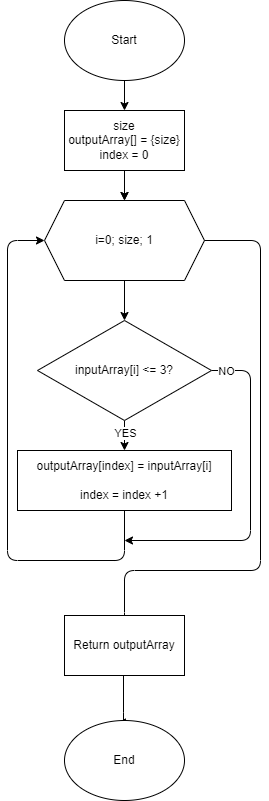
This is 2.MainMethodSortReturn.drawio.png from wdlts/EXAMINATION_CSHARP, a draw.io export, as it was before one commit. Source tidied: cells renumbered, new cells last; positions are measured from the earlier drawing's top-left corner, leaving out a move shared by most shapes. The source it was exported from:
```xml
<mxGraphModel>
  <root>
    <mxCell id="0" />
    <mxCell id="1" parent="0" />
    <mxCell id="2" style="edgeStyle=none;html=1;" parent="1" edge="1" target="4">
      <mxGeometry relative="1" as="geometry">
        <mxPoint x="117" y="170" as="sourcePoint" />
      </mxGeometry>
    </mxCell>
    <mxCell id="3" style="edgeStyle=none;html=1;" parent="1" edge="1" source="4" target="10">
      <mxGeometry relative="1" as="geometry" />
    </mxCell>
    <mxCell id="4" value="i=0; size; 1" style="shape=hexagon;perimeter=hexagonPerimeter2;whiteSpace=wrap;html=1;fixedSize=1;" parent="1" vertex="1">
      <mxGeometry x="37" y="200" width="160" height="80" as="geometry" />
    </mxCell>
    <mxCell id="5" style="edgeStyle=none;html=1;" parent="1" edge="1" source="10" target="12">
      <mxGeometry relative="1" as="geometry" />
    </mxCell>
    <mxCell id="6" value="YES" style="edgeLabel;html=1;align=center;verticalAlign=middle;" parent="5" vertex="1">
      <mxGeometry x="-0.2" relative="1" as="geometry" />
    </mxCell>
    <mxCell id="7" style="edgeStyle=orthogonalEdgeStyle;html=1;exitX=1;exitY=0.5;exitDx=0;exitDy=0;entryX=0.442;entryY=0.025;entryDx=0;entryDy=0;entryPerimeter=0;" parent="1" edge="1" source="4" target="15">
      <mxGeometry relative="1" as="geometry">
        <Array as="points">
          <mxPoint x="253" y="240" />
          <mxPoint x="253" y="570" />
          <mxPoint x="117" y="570" />
          <mxPoint x="117" y="622" />
          <mxPoint x="116" y="622" />
        </Array>
      </mxGeometry>
    </mxCell>
    <mxCell id="8" style="edgeStyle=orthogonalEdgeStyle;html=1;exitX=1;exitY=0.5;exitDx=0;exitDy=0;" parent="1" edge="1" source="10">
      <mxGeometry relative="1" as="geometry">
        <mxPoint x="117" y="540" as="targetPoint" />
        <Array as="points">
          <mxPoint x="243" y="370" />
          <mxPoint x="243" y="540" />
        </Array>
      </mxGeometry>
    </mxCell>
    <mxCell id="9" value="NO" style="edgeLabel;html=1;align=center;verticalAlign=middle;" parent="8" vertex="1">
      <mxGeometry x="-0.87" relative="1" as="geometry">
        <mxPoint x="-8" as="offset" />
      </mxGeometry>
    </mxCell>
    <mxCell id="10" value="inputArray[i] &amp;lt;= 3?" style="rhombus;whiteSpace=wrap;html=1;" parent="1" vertex="1">
      <mxGeometry x="30" y="320" width="174" height="100" as="geometry" />
    </mxCell>
    <mxCell id="11" style="edgeStyle=orthogonalEdgeStyle;html=1;entryX=0;entryY=0.5;entryDx=0;entryDy=0;" parent="1" edge="1" source="12" target="4">
      <mxGeometry relative="1" as="geometry">
        <Array as="points">
          <mxPoint x="117" y="560" />
          <mxPoint y="560" />
          <mxPoint y="240" />
        </Array>
      </mxGeometry>
    </mxCell>
    <mxCell id="12" value="outputArray[index] = inputArray[i]&lt;br&gt;&lt;br&gt;index = index +1" style="rounded=0;whiteSpace=wrap;html=1;" parent="1" vertex="1">
      <mxGeometry x="10" y="450" width="214" height="60" as="geometry" />
    </mxCell>
    <mxCell id="13" style="edgeStyle=none;html=1;" parent="1" edge="1" source="14" target="18">
      <mxGeometry relative="1" as="geometry" />
    </mxCell>
    <mxCell id="14" value="&lt;span&gt;Start&lt;/span&gt;" style="ellipse;whiteSpace=wrap;html=1;" parent="1" vertex="1">
      <mxGeometry x="57" width="120" height="80" as="geometry" />
    </mxCell>
    <mxCell id="15" value="End" style="ellipse;whiteSpace=wrap;html=1;" parent="1" vertex="1">
      <mxGeometry x="57" y="720" width="120" height="80" as="geometry" />
    </mxCell>
    <mxCell id="16" value="Return outputArray" style="rounded=0;whiteSpace=wrap;html=1;" parent="1" vertex="1">
      <mxGeometry x="57" y="615" width="120" height="60" as="geometry" />
    </mxCell>
    <mxCell id="17" style="edgeStyle=none;html=1;" parent="1" edge="1" source="18" target="4">
      <mxGeometry relative="1" as="geometry" />
    </mxCell>
    <mxCell id="18" value="size&lt;br&gt;outputArray[] = {size}&lt;br&gt;index = 0" style="rounded=0;whiteSpace=wrap;html=1;" parent="1" vertex="1">
      <mxGeometry x="57" y="110" width="120" height="60" as="geometry" />
    </mxCell>
  </root>
</mxGraphModel>
```
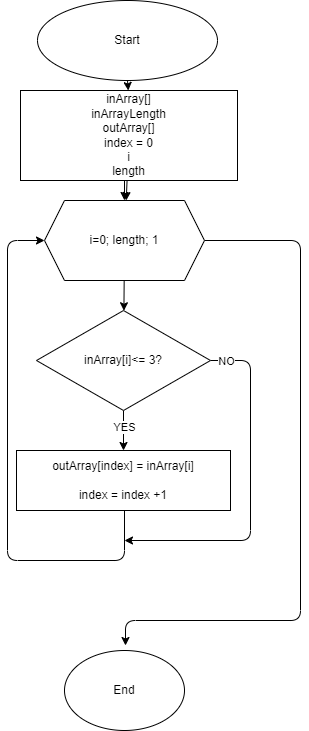
The same diagram one commit later.

Diff of the diagram source:
```diff
@@ -4,14 +4,24 @@
     <mxCell id="1" parent="0" />
     <mxCell id="2" style="edgeStyle=none;html=1;" parent="1" edge="1" target="4">
       <mxGeometry relative="1" as="geometry">
-        <mxPoint x="117" y="170" as="sourcePoint" />
+        <mxPoint x="80" y="270" as="sourcePoint" />
       </mxGeometry>
     </mxCell>
     <mxCell id="3" style="edgeStyle=none;html=1;" parent="1" edge="1" source="4" target="10">
       <mxGeometry relative="1" as="geometry" />
     </mxCell>
+    <mxCell id="19" style="edgeStyle=orthogonalEdgeStyle;html=1;entryX=0.5;entryY=0;entryDx=0;entryDy=0;" parent="1" edge="1" source="4">
+      <mxGeometry relative="1" as="geometry">
+        <mxPoint x="81" y="745" as="targetPoint" />
+        <Array as="points">
+          <mxPoint x="256" y="340" />
+          <mxPoint x="256" y="720" />
+          <mxPoint x="81" y="720" />
+        </Array>
+      </mxGeometry>
+    </mxCell>
-    <mxCell id="4" value="i=0; size; 1" style="shape=hexagon;perimeter=hexagonPerimeter2;whiteSpace=wrap;html=1;fixedSize=1;" parent="1" vertex="1">
-      <mxGeometry x="37" y="200" width="160" height="80" as="geometry" />
+    <mxCell id="4" value="i=0; length; 1" style="shape=hexagon;perimeter=hexagonPerimeter2;whiteSpace=wrap;html=1;fixedSize=1;" parent="1" vertex="1">
+      <mxGeometry y="300" width="160" height="80" as="geometry" />
     </mxCell>
     <mxCell id="5" style="edgeStyle=none;html=1;" parent="1" edge="1" source="10" target="12">
       <mxGeometry relative="1" as="geometry" />
@@ -19,23 +29,12 @@
     <mxCell id="6" value="YES" style="edgeLabel;html=1;align=center;verticalAlign=middle;" parent="5" vertex="1">
       <mxGeometry x="-0.2" relative="1" as="geometry" />
     </mxCell>
-    <mxCell id="7" style="edgeStyle=orthogonalEdgeStyle;html=1;exitX=1;exitY=0.5;exitDx=0;exitDy=0;entryX=0.442;entryY=0.025;entryDx=0;entryDy=0;entryPerimeter=0;" parent="1" edge="1" source="4" target="15">
-      <mxGeometry relative="1" as="geometry">
-        <Array as="points">
-          <mxPoint x="253" y="240" />
-          <mxPoint x="253" y="570" />
-          <mxPoint x="117" y="570" />
-          <mxPoint x="117" y="622" />
-          <mxPoint x="116" y="622" />
-        </Array>
-      </mxGeometry>
-    </mxCell>
     <mxCell id="8" style="edgeStyle=orthogonalEdgeStyle;html=1;exitX=1;exitY=0.5;exitDx=0;exitDy=0;" parent="1" edge="1" source="10">
       <mxGeometry relative="1" as="geometry">
-        <mxPoint x="117" y="540" as="targetPoint" />
+        <mxPoint x="80" y="640" as="targetPoint" />
         <Array as="points">
-          <mxPoint x="243" y="370" />
-          <mxPoint x="243" y="540" />
+          <mxPoint x="206" y="460" />
+          <mxPoint x="206" y="640" />
         </Array>
       </mxGeometry>
     </mxCell>
@@ -44,38 +43,35 @@
         <mxPoint x="-8" as="offset" />
       </mxGeometry>
     </mxCell>
-    <mxCell id="10" value="inputArray[i] &amp;lt;= 3?" style="rhombus;whiteSpace=wrap;html=1;" parent="1" vertex="1">
-      <mxGeometry x="30" y="320" width="174" height="100" as="geometry" />
+    <mxCell id="10" value="inArray[i]&amp;lt;= 3?" style="rhombus;whiteSpace=wrap;html=1;" parent="1" vertex="1">
+      <mxGeometry x="-8" y="410" width="174" height="100" as="geometry" />
     </mxCell>
     <mxCell id="11" style="edgeStyle=orthogonalEdgeStyle;html=1;entryX=0;entryY=0.5;entryDx=0;entryDy=0;" parent="1" edge="1" source="12" target="4">
       <mxGeometry relative="1" as="geometry">
         <Array as="points">
-          <mxPoint x="117" y="560" />
-          <mxPoint y="560" />
-          <mxPoint y="240" />
+          <mxPoint x="80" y="660" />
+          <mxPoint x="-37" y="660" />
+          <mxPoint x="-37" y="340" />
         </Array>
       </mxGeometry>
     </mxCell>
-    <mxCell id="12" value="outputArray[index] = inputArray[i]&lt;br&gt;&lt;br&gt;index = index +1" style="rounded=0;whiteSpace=wrap;html=1;" parent="1" vertex="1">
-      <mxGeometry x="10" y="450" width="214" height="60" as="geometry" />
+    <mxCell id="12" value="outArray[index] = inArray[i]&lt;br&gt;&lt;br&gt;index = index +1" style="rounded=0;whiteSpace=wrap;html=1;" parent="1" vertex="1">
+      <mxGeometry x="-28" y="550" width="214" height="60" as="geometry" />
     </mxCell>
     <mxCell id="13" style="edgeStyle=none;html=1;" parent="1" edge="1" source="14" target="18">
       <mxGeometry relative="1" as="geometry" />
     </mxCell>
-    <mxCell id="14" value="&lt;span&gt;Start&lt;/span&gt;" style="ellipse;whiteSpace=wrap;html=1;" parent="1" vertex="1">
-      <mxGeometry x="57" width="120" height="80" as="geometry" />
+    <mxCell id="14" value="&lt;span&gt;Start&lt;br&gt;&lt;/span&gt;" style="ellipse;whiteSpace=wrap;html=1;" parent="1" vertex="1">
+      <mxGeometry x="-7" y="100" width="180" height="80" as="geometry" />
     </mxCell>
     <mxCell id="15" value="End" style="ellipse;whiteSpace=wrap;html=1;" parent="1" vertex="1">
-      <mxGeometry x="57" y="720" width="120" height="80" as="geometry" />
+      <mxGeometry x="20" y="750" width="120" height="80" as="geometry" />
     </mxCell>
-    <mxCell id="16" value="Return outputArray" style="rounded=0;whiteSpace=wrap;html=1;" parent="1" vertex="1">
-      <mxGeometry x="57" y="615" width="120" height="60" as="geometry" />
-    </mxCell>
     <mxCell id="17" style="edgeStyle=none;html=1;" parent="1" edge="1" source="18" target="4">
       <mxGeometry relative="1" as="geometry" />
     </mxCell>
-    <mxCell id="18" value="size&lt;br&gt;outputArray[] = {size}&lt;br&gt;index = 0" style="rounded=0;whiteSpace=wrap;html=1;" parent="1" vertex="1">
-      <mxGeometry x="57" y="110" width="120" height="60" as="geometry" />
+    <mxCell id="18" value="inArray[]&lt;br&gt;inArrayLength&lt;br&gt;outArray[]&lt;br&gt;index = 0&lt;br&gt;i&lt;br&gt;length&lt;br&gt;" style="rounded=0;whiteSpace=wrap;html=1;" parent="1" vertex="1">
+      <mxGeometry x="-24" y="190" width="217" height="90" as="geometry" />
     </mxCell>
   </root>
 </mxGraphModel>
```
